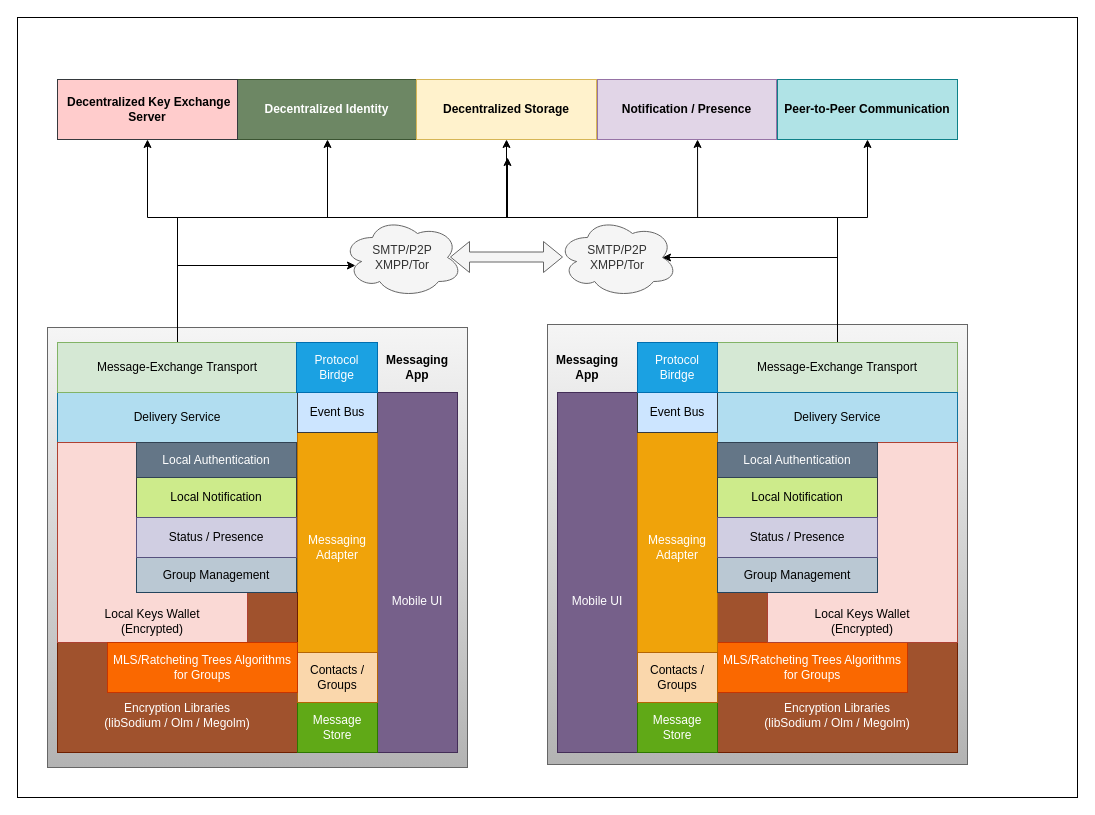
Before: page "layers" (4 of 4) of Messaging end-to-end.drawio in bhatti/Aeron, a draw.io diagram. Source tidied: cells renumbered, new cells numbered last; positions are measured from the earlier drawing's top-left corner, leaving out a move shared by most shapes. Both pictures are drawn from the tidied source at 100%, with x=0, y=0 at pixel (17, 17).
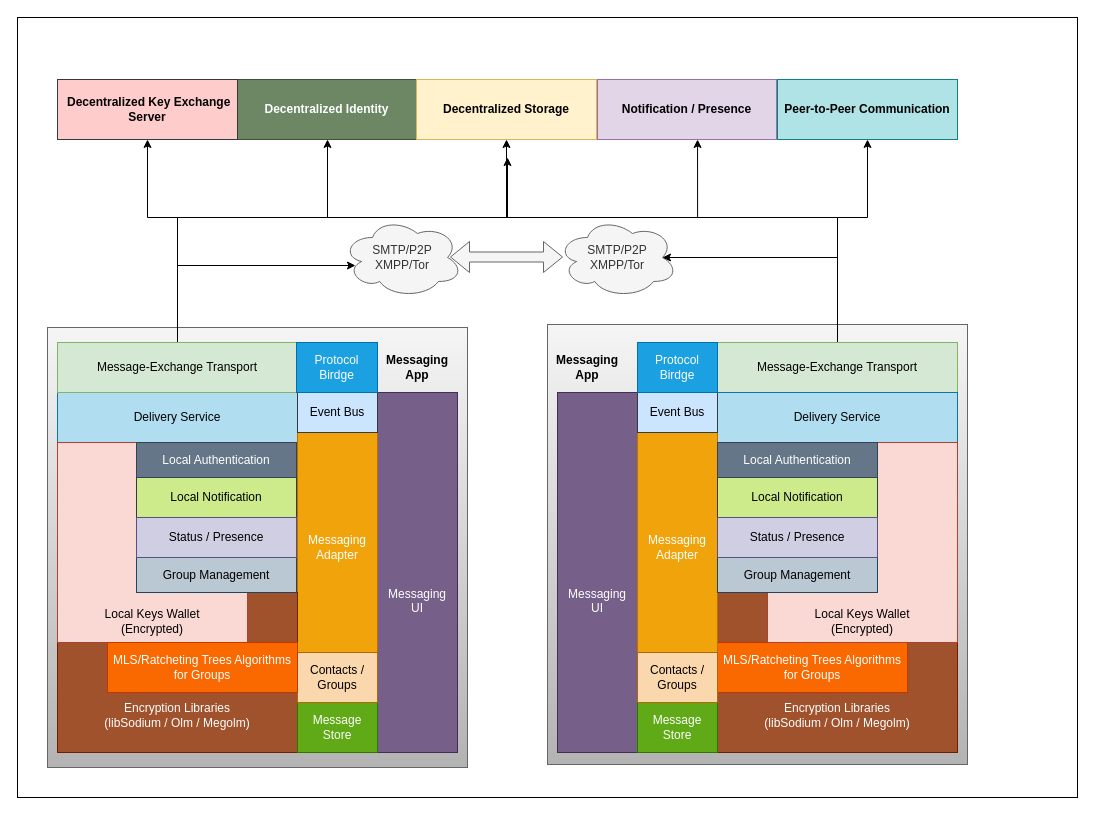
Above is the later version.

What changed in the source:
```diff
@@
-    <mxCell id="13" value="&lt;br&gt;&lt;br&gt;&lt;br&gt;&lt;br&gt;Mobile UI" style="rounded=0;whiteSpace=wrap;html=1;fillColor=#76608a;strokeColor=#432D57;fontColor=#ffffff;" parent="1" vertex="1">
+    <mxCell id="13" value="&lt;br&gt;&lt;br&gt;&lt;br&gt;&lt;br&gt;Messaging&lt;br&gt; UI" style="rounded=0;whiteSpace=wrap;html=1;fillColor=#76608a;strokeColor=#432D57;fontColor=#ffffff;" parent="1" vertex="1">
       <mxGeometry x="360" y="375" width="80" height="360" as="geometry" />
     </mxCell>
@@
-    <mxCell id="30" value="&lt;br&gt;&lt;br&gt;&lt;br&gt;&lt;br&gt;Mobile UI" style="rounded=0;whiteSpace=wrap;html=1;fillColor=#76608a;strokeColor=#432D57;fontColor=#ffffff;" parent="1" vertex="1">
+    <mxCell id="30" value="&lt;br&gt;&lt;br&gt;&lt;br&gt;&lt;br&gt;Messaging&lt;br&gt; UI" style="rounded=0;whiteSpace=wrap;html=1;fillColor=#76608a;strokeColor=#432D57;fontColor=#ffffff;" parent="1" vertex="1">
       <mxGeometry x="540" y="375" width="80" height="360" as="geometry" />
     </mxCell>
```
